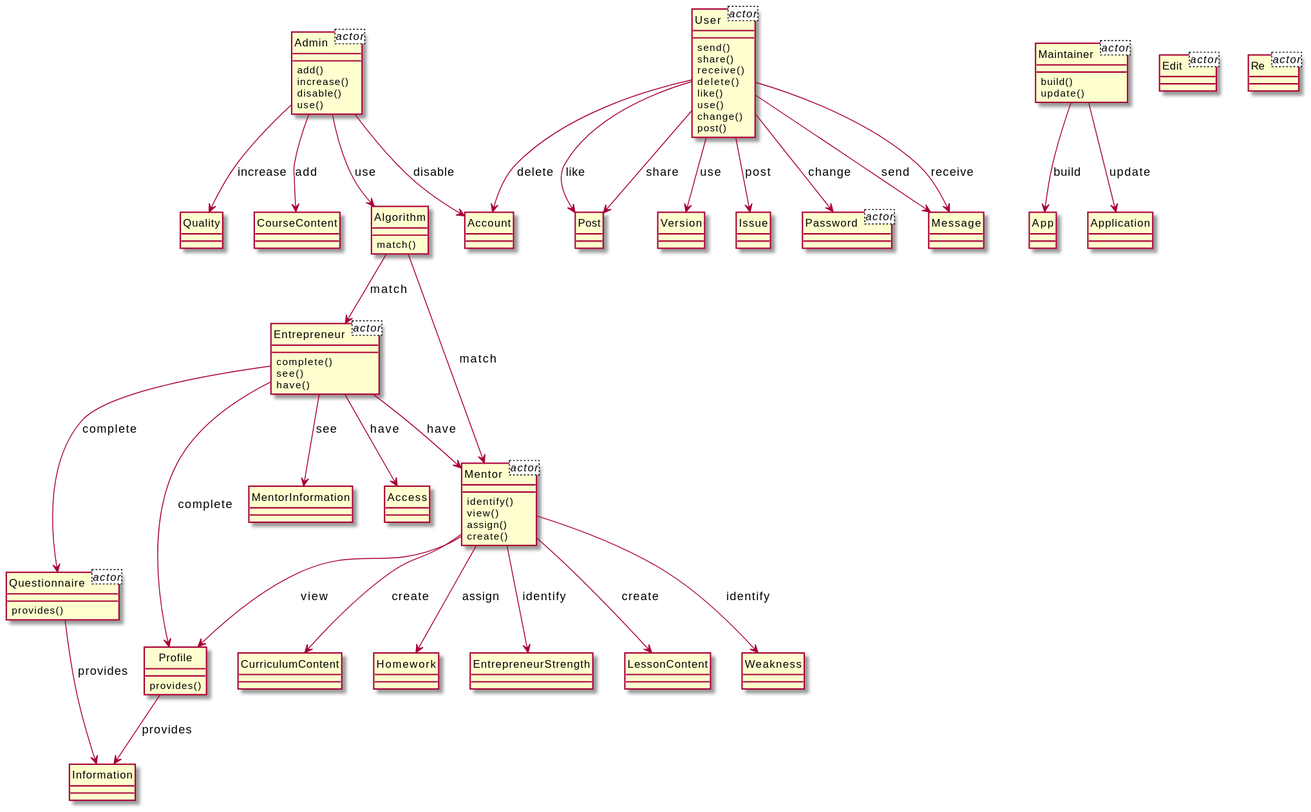
Before: output/diagram_5/2016-USC-Project08.svg, a diagram exported from PlantUML (xixixhalu/DomainModelExtractor). Source of this version:
```plantuml
@startuml
hide circle
class Admin<actor> {
}
class User<actor> {
}
class Maintainer<actor> {
}
class Password<actor> {
}
class Entrepreneur<actor> {
}
class Mentor<actor> {
}
class Questionnaire<actor> {
}
class Edit<actor> {
}
class Re<actor> {
}
class Questionnaire {
	provides()
}
class Information {
}
class User {
	send()
	share()
	receive()
	delete()
	like()
	use()
	change()
	post()
}
class Message {
}
class Entrepreneur {
	complete()
	see()
	have()
}
class Mentor {
	identify()
	view()
	assign()
	create()
}
class Post {
}
class Admin {
	add()
	increase()
	disable()
	use()
}
class Account {
}
class Profile {
	provides()
}
class Quality {
}
class Weakness {
}
class CurriculumContent {
}
class CourseContent {
}
class Version {
}
class MentorInformation {
}
class Homework {
}
class Algorithm {
	match()
}
class Maintainer {
	build()
	update()
}
class App {
}
class EntrepreneurStrength {
}
class Issue {
}
class Access {
}
class Application {
}
class Password {
}
class LessonContent {
}
User --> Password : change
Entrepreneur --> MentorInformation : see
Questionnaire --> Information : provides
Mentor --> LessonContent : create
Mentor --> Homework : assign
Admin --> Account : disable
User --> Message : send
Profile --> Information : provides
Admin --> Algorithm : use
Entrepreneur --> Profile : complete
Algorithm --> Mentor : match
Entrepreneur --> Mentor : have
Algorithm --> Entrepreneur : match
Entrepreneur --> Questionnaire : complete
Admin --> Quality : increase
Maintainer --> App : build
Mentor --> Profile : view
Mentor --> EntrepreneurStrength : identify
Mentor --> Weakness : identify
User --> Post : like
User --> Issue : post
Mentor --> CurriculumContent : create
User --> Account : delete
Admin --> CourseContent : add
User --> Message : receive
Entrepreneur --> Access : have
User --> Post : share
User --> Version : use
Maintainer --> Application : update
@enduml
```
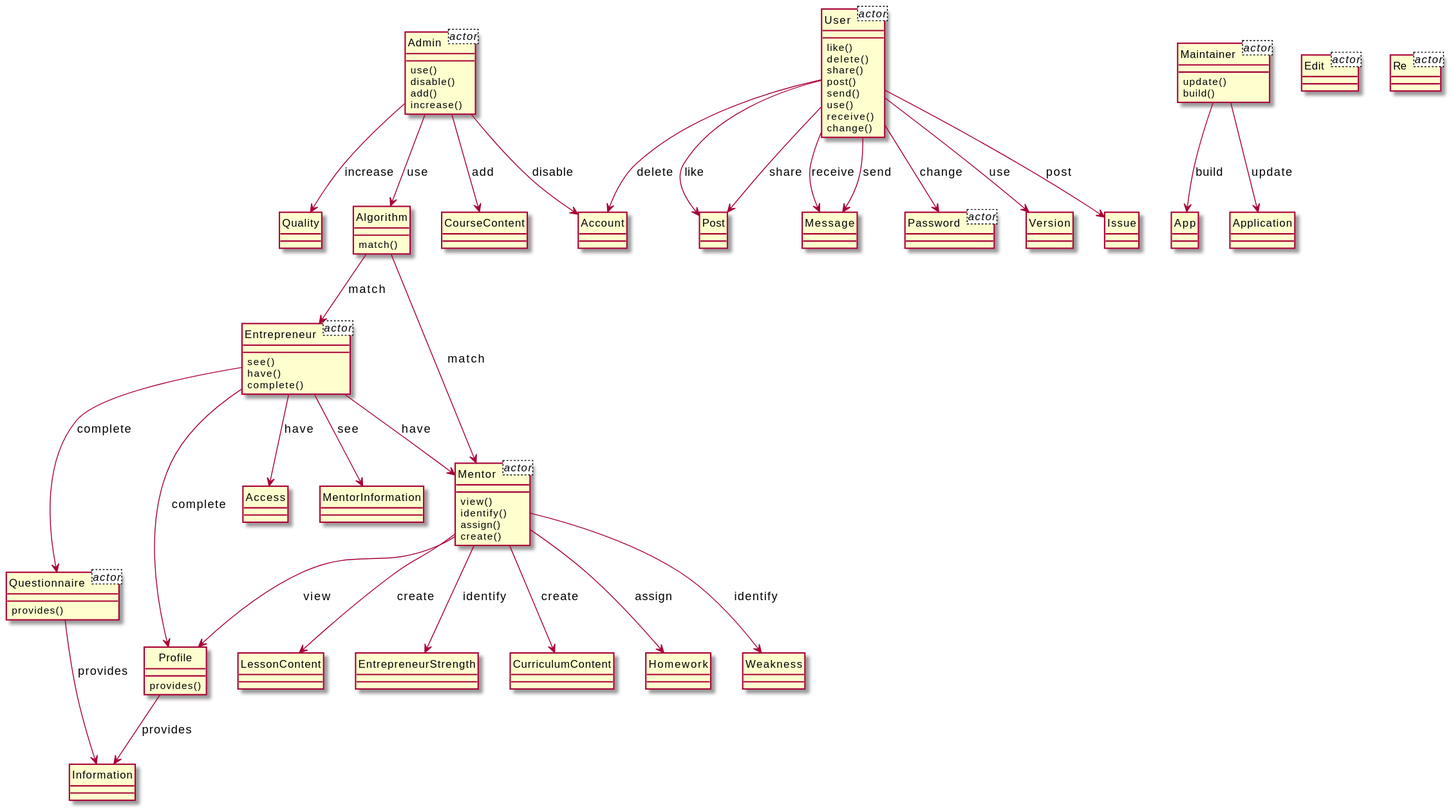
Later version of the same file.

Change to the diagram source:
```diff
@@ -18,109 +18,109 @@
 }
 class Re<actor> {
 }
-class Questionnaire {
+class Maintainer {
+	update()
+	build()
+}
+class App {
+}
+class Admin {
+	use()
+	disable()
+	add()
+	increase()
+}
+class Quality {
+}
+class Mentor {
+	view()
+	identify()
+	assign()
+	create()
+}
+class Weakness {
+}
+class Entrepreneur {
+	see()
+	have()
+	complete()
+}
+class Profile {
 	provides()
 }
 class Information {
 }
+class Account {
+}
 class User {
+	like()
+	delete()
+	share()
+	post()
 	send()
-	share()
+	use()
 	receive()
-	delete()
-	like()
-	use()
 	change()
-	post()
 }
-class Message {
+class Version {
 }
-class Entrepreneur {
-	complete()
-	see()
-	have()
-}
-class Mentor {
-	identify()
-	view()
-	assign()
-	create()
+class Issue {
 }
 class Post {
 }
-class Admin {
-	add()
-	increase()
-	disable()
-	use()
+class Application {
 }
-class Account {
-}
-class Profile {
-	provides()
-}
-class Quality {
-}
-class Weakness {
-}
-class CurriculumContent {
-}
-class CourseContent {
-}
-class Version {
-}
-class MentorInformation {
-}
-class Homework {
+class Access {
 }
 class Algorithm {
 	match()
 }
-class Maintainer {
-	build()
-	update()
+class Message {
 }
-class App {
+class LessonContent {
+}
+class Password {
+}
+class MentorInformation {
+}
+class Questionnaire {
+	provides()
 }
 class EntrepreneurStrength {
 }
-class Issue {
+class CurriculumContent {
 }
-class Access {
+class Homework {
 }
-class Application {
+class CourseContent {
 }
-class Password {
-}
-class LessonContent {
-}
-User --> Password : change
-Entrepreneur --> MentorInformation : see
-Questionnaire --> Information : provides
-Mentor --> LessonContent : create
 Mentor --> Homework : assign
-Admin --> Account : disable
+Maintainer --> App : build
+Entrepreneur --> Profile : complete
+User --> Message : receive
 User --> Message : send
 Profile --> Information : provides
-Admin --> Algorithm : use
-Entrepreneur --> Profile : complete
-Algorithm --> Mentor : match
-Entrepreneur --> Mentor : have
-Algorithm --> Entrepreneur : match
-Entrepreneur --> Questionnaire : complete
+Admin --> CourseContent : add
+User --> Post : like
 Admin --> Quality : increase
-Maintainer --> App : build
+Mentor --> LessonContent : create
+Admin --> Account : disable
+User --> Password : change
+Mentor --> Weakness : identify
+Entrepreneur --> MentorInformation : see
+User --> Version : use
+User --> Account : delete
+Questionnaire --> Information : provides
+User --> Issue : post
 Mentor --> Profile : view
 Mentor --> EntrepreneurStrength : identify
-Mentor --> Weakness : identify
-User --> Post : like
-User --> Issue : post
+User --> Post : share
+Entrepreneur --> Questionnaire : complete
+Maintainer --> Application : update
+Algorithm --> Mentor : match
 Mentor --> CurriculumContent : create
-User --> Account : delete
-Admin --> CourseContent : add
-User --> Message : receive
 Entrepreneur --> Access : have
-User --> Post : share
-User --> Version : use
-Maintainer --> Application : update
+Entrepreneur --> Mentor : have
+Admin --> Algorithm : use
+Algorithm --> Entrepreneur : match
 @enduml
```
